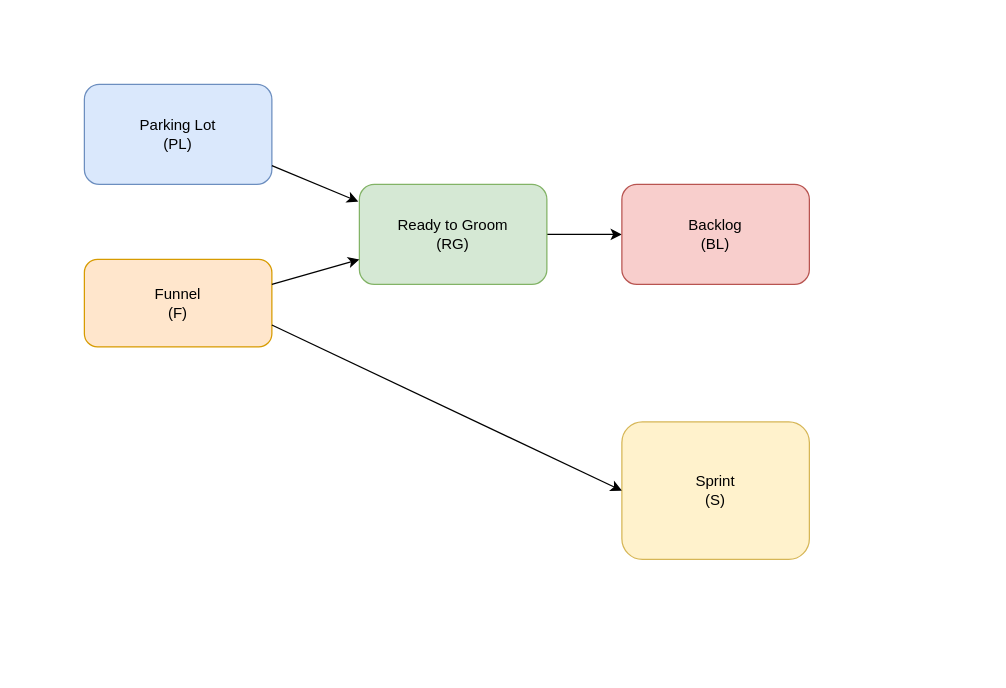
Above: architecture/Untitled Diagram.drawio in slmingol/diagram_assets (draw.io), before the change. Source tidied: cells renumbered, new cells numbered last; positions are measured from the earlier drawing's top-left corner, leaving out a move shared by most shapes. Both pictures are drawn from the tidied source at 125%, with x=0, y=0 at pixel (84, 84).
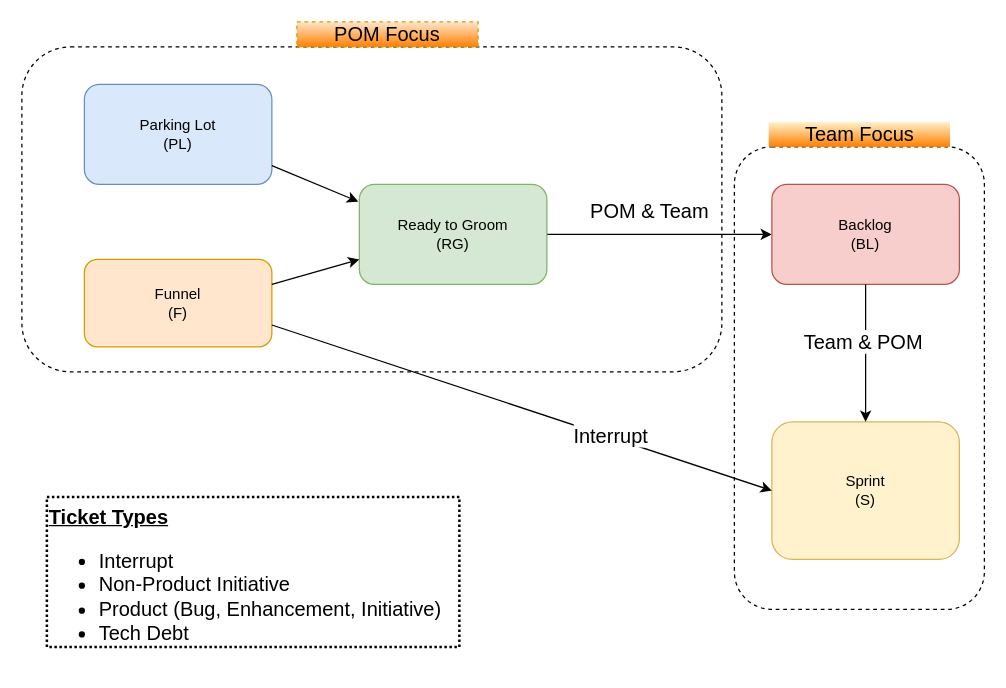
The same diagram, later.

The change refers to these unchanged cells:
```xml
<mxCell id="4" style="edgeStyle=orthogonalEdgeStyle;rounded=0;jettySize=auto;html=1;" parent="1" edge="1" source="5" target="8">
  <mxGeometry relative="1" as="geometry" />
</mxCell>
<mxCell id="10" style="endArrow=classic;html=1;entryX=0;entryY=0.5;entryDx=0;entryDy=0;exitX=1;exitY=0.75;exitDx=0;exitDy=0;" parent="1" edge="1" source="3" target="9">
  <mxGeometry relative="1" as="geometry" />
</mxCell>
```

What changed in the source:
```diff
@@
+    <mxCell id="11" value="POM &amp;amp; Team" style="edgeLabel;html=1;align=center;verticalAlign=middle;fontSize=16;" parent="4" vertex="1">
+      <mxGeometry x="-0.25" y="-2" relative="1" as="geometry">
+        <mxPoint x="13" y="-22" as="offset" />
+      </mxGeometry>
+    </mxCell>
@@
     <mxCell id="8" value="Backlog&lt;br&gt;(BL)" style="rounded=1;whiteSpace=wrap;html=1;fillColor=#f8cecc;strokeColor=#b85450;" parent="1" vertex="1">
-      <mxGeometry x="430" y="80" width="150" height="80" as="geometry" />
+      <mxGeometry x="550" y="80" width="150" height="80" as="geometry" />
     </mxCell>
     <mxCell id="9" value="Sprint&lt;br&gt;(S)" style="rounded=1;whiteSpace=wrap;html=1;fillColor=#fff2cc;strokeColor=#d6b656;" parent="1" vertex="1">
-      <mxGeometry x="430" y="270" width="150" height="110" as="geometry" />
+      <mxGeometry x="550" y="270" width="150" height="110" as="geometry" />
     </mxCell>
@@
+    <mxCell id="12" value="Interrupt" style="edgeLabel;html=1;align=center;verticalAlign=middle;fontSize=16;" parent="10" vertex="1">
+      <mxGeometry x="-0.18" y="-3" relative="1" as="geometry">
+        <mxPoint x="106.8" y="30.3" as="offset" />
+      </mxGeometry>
+    </mxCell>
+    <mxCell id="13" style="endArrow=classic;html=1;exitX=0.5;exitY=1;exitDx=0;exitDy=0;" parent="1" edge="1" source="8">
+      <mxGeometry relative="1" as="geometry">
+        <mxPoint x="625" y="270" as="targetPoint" />
+      </mxGeometry>
+    </mxCell>
+    <mxCell id="14" value="Team &amp;amp; POM" style="edgeLabel;html=1;align=center;verticalAlign=middle;fontSize=16;" parent="13" vertex="1">
+      <mxGeometry x="-0.18" y="-3" relative="1" as="geometry" />
+    </mxCell>
+    <mxCell id="15" value="&lt;b&gt;&lt;u&gt;Ticket Types&lt;br&gt;&lt;/u&gt;&lt;/b&gt;&lt;ul&gt;&lt;li&gt;Interrupt&lt;/li&gt;&lt;li&gt;&lt;span&gt;Non-Product Initiative&lt;/span&gt;&lt;br&gt;&lt;/li&gt;&lt;li&gt;Product (Bug, Enhancement, Initiative)&lt;/li&gt;&lt;li&gt;Tech Debt&lt;br&gt;&lt;/li&gt;&lt;/ul&gt;" style="text;html=1;fillColor=none;align=left;verticalAlign=top;whiteSpace=wrap;rounded=0;fontSize=16;strokeColor=#000000;dashed=1;dashPattern=1 1;strokeWidth=2;" parent="1" vertex="1">
+      <mxGeometry x="-30" y="330" width="330" height="120" as="geometry" />
+    </mxCell>
+    <mxCell id="16" style="rounded=1;whiteSpace=wrap;html=1;fontSize=16;align=left;fillColor=none;dashed=1;" parent="1" vertex="1">
+      <mxGeometry x="-50" y="-30" width="560" height="260" as="geometry" />
+    </mxCell>
+    <mxCell id="17" style="rounded=1;whiteSpace=wrap;html=1;fontSize=16;align=left;fillColor=none;dashed=1;" parent="1" vertex="1">
+      <mxGeometry x="520" y="50" width="200" height="370" as="geometry" />
+    </mxCell>
+    <mxCell id="18" value="POM Focus" style="text;html=1;strokeColor=#d79b00;fillColor=#ffe6cc;align=center;verticalAlign=middle;whiteSpace=wrap;rounded=0;dashed=1;fontSize=16;gradientColor=#FF8000;" parent="1" vertex="1">
+      <mxGeometry x="170" y="-50" width="145" height="20" as="geometry" />
+    </mxCell>
+    <mxCell id="19" value="Team Focus" style="text;html=1;fillColor=#fff2cc;align=center;verticalAlign=middle;whiteSpace=wrap;rounded=0;dashed=1;fontSize=16;gradientColor=#FF8000;" parent="1" vertex="1">
+      <mxGeometry x="547.5" y="30" width="145" height="20" as="geometry" />
+    </mxCell>
```
